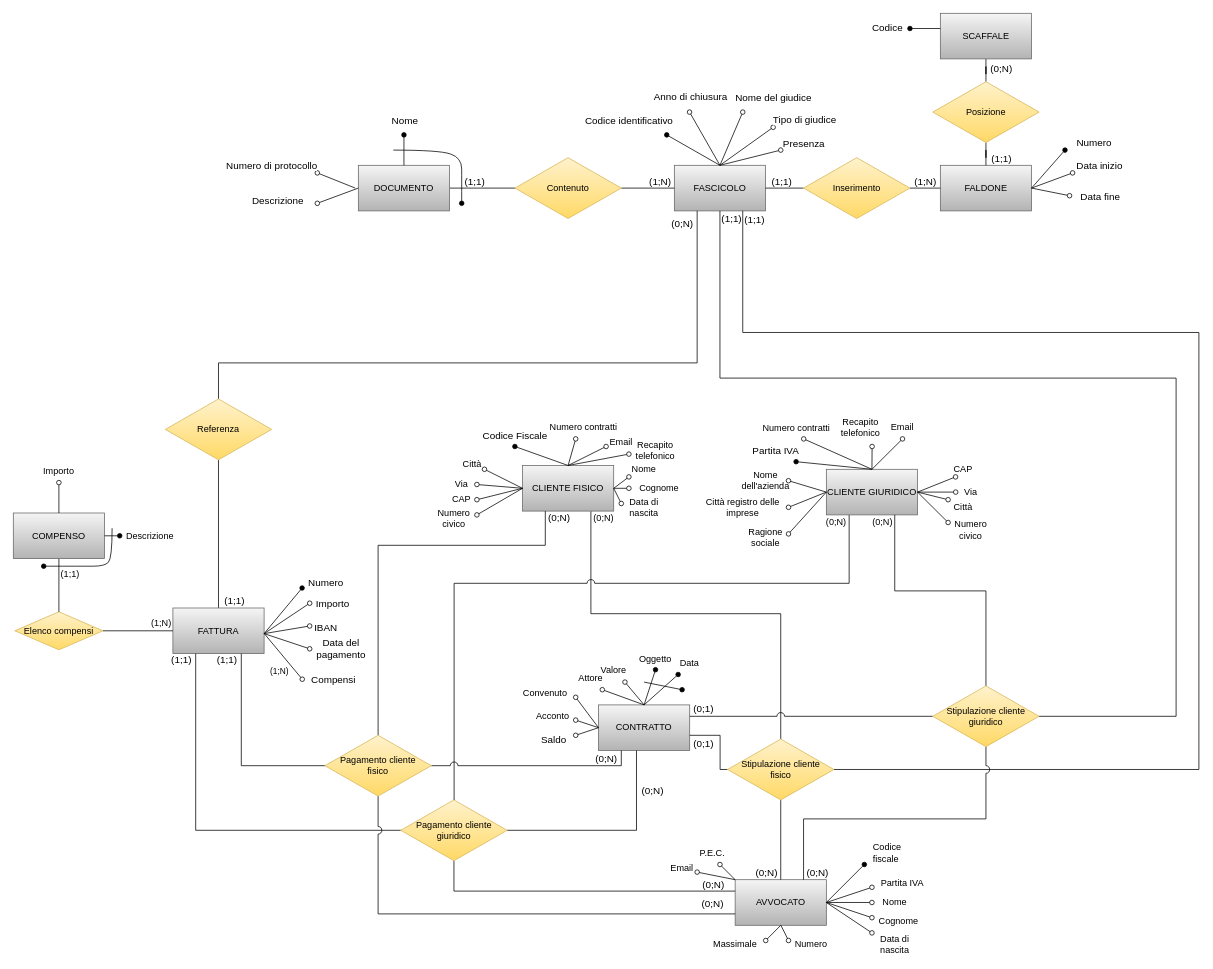
AndreaCiv/BasiDiDati keeps this draw.io diagram as DiagrammaER_Completo_Finale.drawio. Above is the earlier version. Source tidied: cells renumbered, new cells numbered last; positions are measured from the earlier drawing's top-left corner, leaving out a move shared by most shapes. Both pictures are drawn from the tidied source at 76%, with x=0, y=0 at pixel (13, 13).
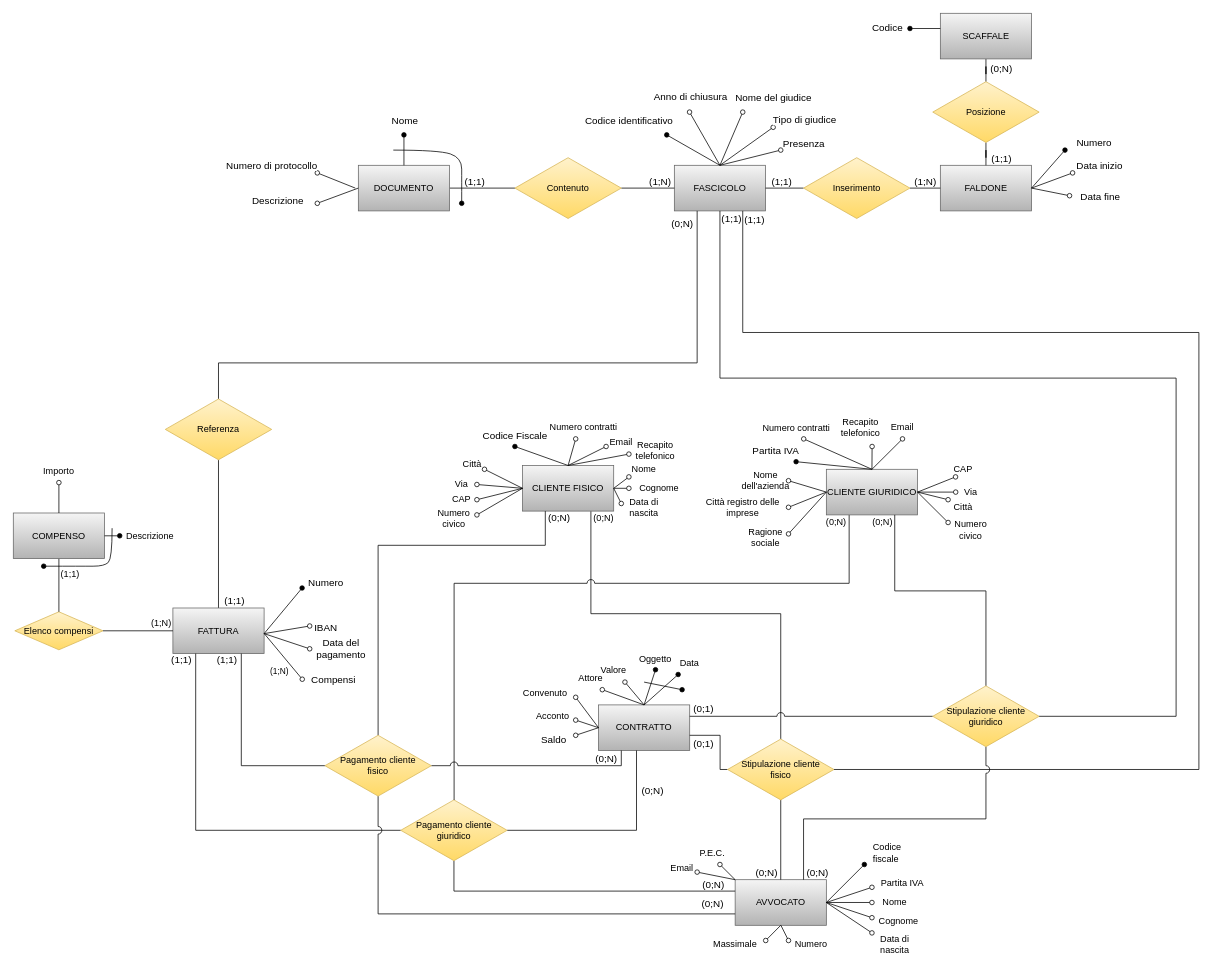
The same page after the edit.

Commit message (it also covers changes not shown here):
Tolto importo in fattura

Diff of the diagram source:
```diff
@@
-    <mxCell id="71" style="endArrow=oval;html=1;rounded=0;fontSize=13;endFill=0;" parent="1" edge="1">
-      <mxGeometry relative="1" as="geometry">
-        <mxPoint x="330" y="816.2" as="sourcePoint" />
-        <mxPoint x="390" y="776.2" as="targetPoint" />
-      </mxGeometry>
-    </mxCell>
-    <mxCell id="72" value="Importo" style="edgeLabel;html=1;align=center;verticalAlign=middle;fontSize=13;" parent="71" vertex="1">
-      <mxGeometry x="0.35" y="2" relative="1" as="geometry">
-        <mxPoint x="50" y="-11" as="offset" />
-      </mxGeometry>
-    </mxCell>
```
